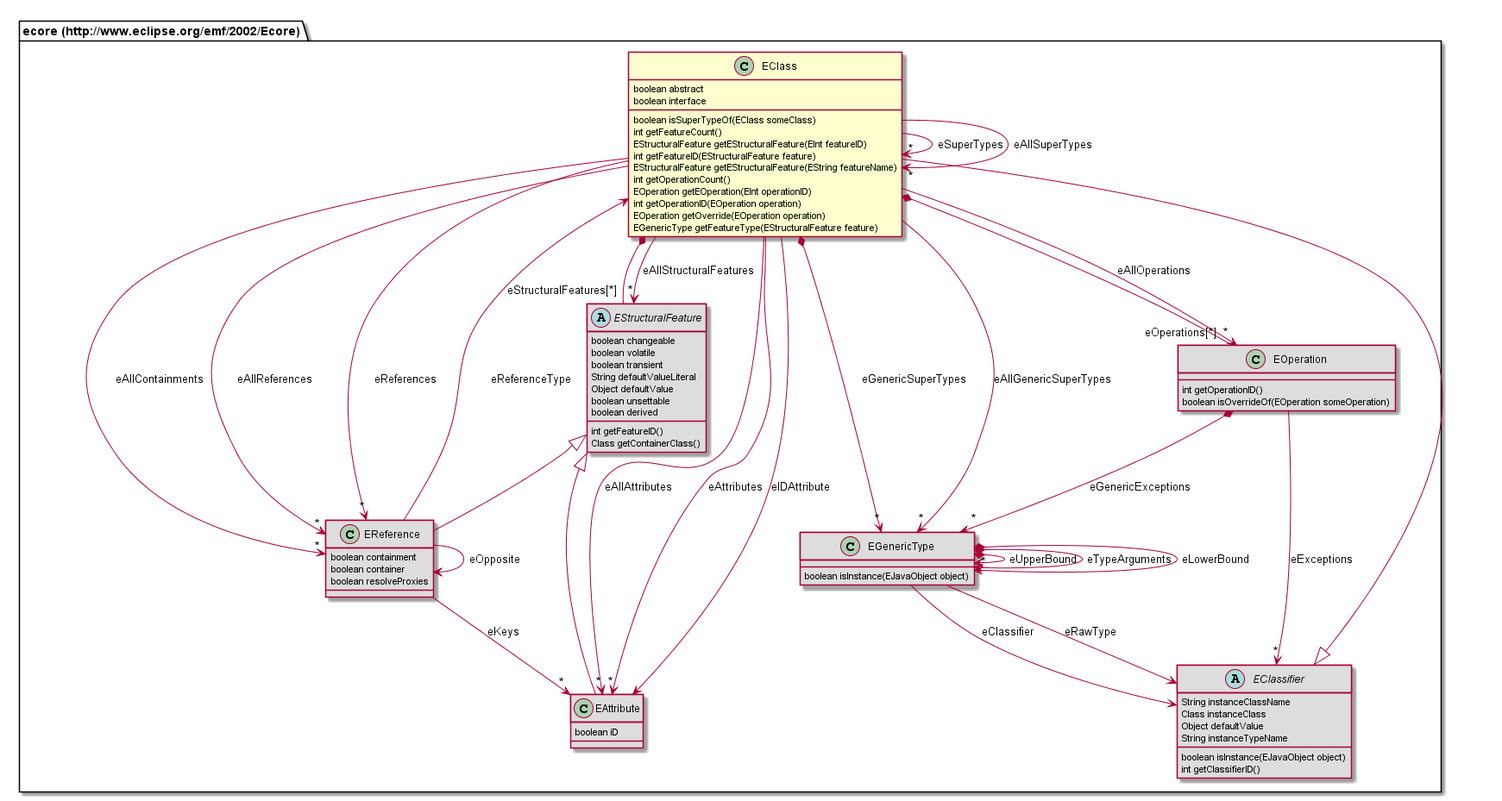
Nasdanika/html keeps this PlantUML diagram as org.nasdanika.html.repository/src/site/resources/app-model-doc/687474703a2f2f7777772e65636c697073652e6f72672f656d662f323030322f45636f7265/EClass.png. Above is the earlier version.
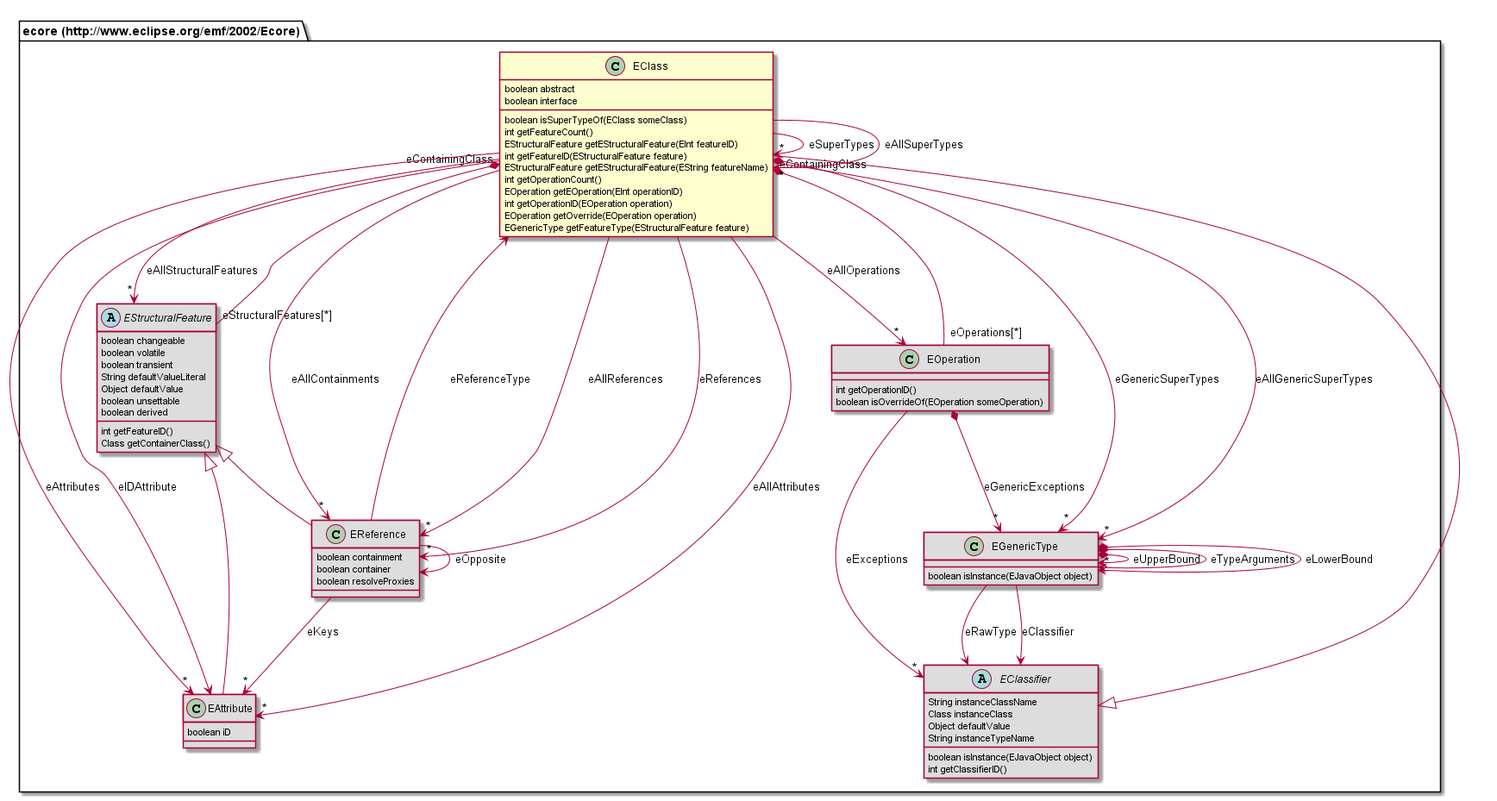
After the change.

The edit, as a diff of the source:
```diff
@@ -13,17 +13,21 @@
 	EOperation getOverride(EOperation operation)
 	EGenericType getFeatureType(EStructuralFeature feature)
 }
+abstract class "ecore (http://www.eclipse.org/emf/2002/Ecore).EClassifier" [[#router/doc-content/687474703a2f2f7777772e65636c697073652e6f72672f656d662f323030322f45636f7265/EClassifier.html]] #DDDDDD {
+	String instanceClassName
+	Class instanceClass
+	Object defaultValue
+	String instanceTypeName
+	boolean isInstance(EJavaObject object)
+	int getClassifierID()
+}
 class "ecore (http://www.eclipse.org/emf/2002/Ecore).EReference" [[#router/doc-content/687474703a2f2f7777772e65636c697073652e6f72672f656d662f323030322f45636f7265/EReference.html]] #DDDDDD {
 	boolean containment
 	boolean container
 	boolean resolveProxies
 }
-class "ecore (http://www.eclipse.org/emf/2002/Ecore).EAttribute" [[#router/doc-content/687474703a2f2f7777772e65636c697073652e6f72672f656d662f323030322f45636f7265/EAttribute.html]] #DDDDDD {
-	boolean iD
-}
-class "ecore (http://www.eclipse.org/emf/2002/Ecore).EOperation" [[#router/doc-content/687474703a2f2f7777772e65636c697073652e6f72672f656d662f323030322f45636f7265/EOperation.html]] #DDDDDD {
-	int getOperationID()
-	boolean isOverrideOf(EOperation someOperation)
+class "ecore (http://www.eclipse.org/emf/2002/Ecore).EGenericType" [[#router/doc-content/687474703a2f2f7777772e65636c697073652e6f72672f656d662f323030322f45636f7265/EGenericType.html]] #DDDDDD {
+	boolean isInstance(EJavaObject object)
 }
 abstract class "ecore (http://www.eclipse.org/emf/2002/Ecore).EStructuralFeature" [[#router/doc-content/687474703a2f2f7777772e65636c697073652e6f72672f656d662f323030322f45636f7265/EStructuralFeature.html]] #DDDDDD {
 	boolean changeable
@@ -36,22 +40,29 @@
 	int getFeatureID()
 	Class getContainerClass()
 }
-abstract class "ecore (http://www.eclipse.org/emf/2002/Ecore).EClassifier" [[#router/doc-content/687474703a2f2f7777772e65636c697073652e6f72672f656d662f323030322f45636f7265/EClassifier.html]] #DDDDDD {
-	String instanceClassName
-	Class instanceClass
-	Object defaultValue
-	String instanceTypeName
-	boolean isInstance(EJavaObject object)
-	int getClassifierID()
+class "ecore (http://www.eclipse.org/emf/2002/Ecore).EOperation" [[#router/doc-content/687474703a2f2f7777772e65636c697073652e6f72672f656d662f323030322f45636f7265/EOperation.html]] #DDDDDD {
+	int getOperationID()
+	boolean isOverrideOf(EOperation someOperation)
 }
-class "ecore (http://www.eclipse.org/emf/2002/Ecore).EGenericType" [[#router/doc-content/687474703a2f2f7777772e65636c697073652e6f72672f656d662f323030322f45636f7265/EGenericType.html]] #DDDDDD {
-	boolean isInstance(EJavaObject object)
+class "ecore (http://www.eclipse.org/emf/2002/Ecore).EAttribute" [[#router/doc-content/687474703a2f2f7777772e65636c697073652e6f72672f656d662f323030322f45636f7265/EAttribute.html]] #DDDDDD {
+	boolean iD
 }
+"ecore (http://www.eclipse.org/emf/2002/Ecore).EStructuralFeature" <|-- "ecore (http://www.eclipse.org/emf/2002/Ecore).EReference"
 "ecore (http://www.eclipse.org/emf/2002/Ecore).EClassifier" <|-- "ecore (http://www.eclipse.org/emf/2002/Ecore).EClass"
-"ecore (http://www.eclipse.org/emf/2002/Ecore).EStructuralFeature" <|-- "ecore (http://www.eclipse.org/emf/2002/Ecore).EReference"
 "ecore (http://www.eclipse.org/emf/2002/Ecore).EStructuralFeature" <|-- "ecore (http://www.eclipse.org/emf/2002/Ecore).EAttribute"
+"ecore (http://www.eclipse.org/emf/2002/Ecore).EReference" --> "ecore (http://www.eclipse.org/emf/2002/Ecore).EReference" : eOpposite
+"ecore (http://www.eclipse.org/emf/2002/Ecore).EReference" --> "ecore (http://www.eclipse.org/emf/2002/Ecore).EClass" : eReferenceType
+"ecore (http://www.eclipse.org/emf/2002/Ecore).EReference" --> "*" "ecore (http://www.eclipse.org/emf/2002/Ecore).EAttribute" : eKeys
+"ecore (http://www.eclipse.org/emf/2002/Ecore).EGenericType" *--> "ecore (http://www.eclipse.org/emf/2002/Ecore).EGenericType" : eUpperBound
+"ecore (http://www.eclipse.org/emf/2002/Ecore).EGenericType" *--> "*" "ecore (http://www.eclipse.org/emf/2002/Ecore).EGenericType" : eTypeArguments
+"ecore (http://www.eclipse.org/emf/2002/Ecore).EGenericType" --> "ecore (http://www.eclipse.org/emf/2002/Ecore).EClassifier" : eRawType
+"ecore (http://www.eclipse.org/emf/2002/Ecore).EGenericType" *--> "ecore (http://www.eclipse.org/emf/2002/Ecore).EGenericType" : eLowerBound
+"ecore (http://www.eclipse.org/emf/2002/Ecore).EGenericType" --> "ecore (http://www.eclipse.org/emf/2002/Ecore).EClassifier" : eClassifier
+"ecore (http://www.eclipse.org/emf/2002/Ecore).EStructuralFeature" "eStructuralFeatures[*]" --* "eContainingClass" "ecore (http://www.eclipse.org/emf/2002/Ecore).EClass"
+"ecore (http://www.eclipse.org/emf/2002/Ecore).EOperation" "eOperations[*]" --* "eContainingClass" "ecore (http://www.eclipse.org/emf/2002/Ecore).EClass"
+"ecore (http://www.eclipse.org/emf/2002/Ecore).EOperation" --> "*" "ecore (http://www.eclipse.org/emf/2002/Ecore).EClassifier" : eExceptions
+"ecore (http://www.eclipse.org/emf/2002/Ecore).EOperation" *--> "*" "ecore (http://www.eclipse.org/emf/2002/Ecore).EGenericType" : eGenericExceptions
 "ecore (http://www.eclipse.org/emf/2002/Ecore).EClass" --> "*" "ecore (http://www.eclipse.org/emf/2002/Ecore).EClass" : eSuperTypes
-"ecore (http://www.eclipse.org/emf/2002/Ecore).EClass" *-- "eOperations[*]" "ecore (http://www.eclipse.org/emf/2002/Ecore).EOperation"
 "ecore (http://www.eclipse.org/emf/2002/Ecore).EClass" --> "*" "ecore (http://www.eclipse.org/emf/2002/Ecore).EAttribute" : eAllAttributes
 "ecore (http://www.eclipse.org/emf/2002/Ecore).EClass" --> "*" "ecore (http://www.eclipse.org/emf/2002/Ecore).EReference" : eAllReferences
 "ecore (http://www.eclipse.org/emf/2002/Ecore).EClass" --> "*" "ecore (http://www.eclipse.org/emf/2002/Ecore).EReference" : eReferences
@@ -61,17 +72,6 @@
 "ecore (http://www.eclipse.org/emf/2002/Ecore).EClass" --> "*" "ecore (http://www.eclipse.org/emf/2002/Ecore).EStructuralFeature" : eAllStructuralFeatures
 "ecore (http://www.eclipse.org/emf/2002/Ecore).EClass" --> "*" "ecore (http://www.eclipse.org/emf/2002/Ecore).EClass" : eAllSuperTypes
 "ecore (http://www.eclipse.org/emf/2002/Ecore).EClass" --> "ecore (http://www.eclipse.org/emf/2002/Ecore).EAttribute" : eIDAttribute
-"ecore (http://www.eclipse.org/emf/2002/Ecore).EClass" *-- "eStructuralFeatures[*]" "ecore (http://www.eclipse.org/emf/2002/Ecore).EStructuralFeature"
 "ecore (http://www.eclipse.org/emf/2002/Ecore).EClass" *--> "*" "ecore (http://www.eclipse.org/emf/2002/Ecore).EGenericType" : eGenericSuperTypes
 "ecore (http://www.eclipse.org/emf/2002/Ecore).EClass" --> "*" "ecore (http://www.eclipse.org/emf/2002/Ecore).EGenericType" : eAllGenericSuperTypes
-"ecore (http://www.eclipse.org/emf/2002/Ecore).EReference" --> "ecore (http://www.eclipse.org/emf/2002/Ecore).EReference" : eOpposite
-"ecore (http://www.eclipse.org/emf/2002/Ecore).EReference" --> "ecore (http://www.eclipse.org/emf/2002/Ecore).EClass" : eReferenceType
-"ecore (http://www.eclipse.org/emf/2002/Ecore).EReference" --> "*" "ecore (http://www.eclipse.org/emf/2002/Ecore).EAttribute" : eKeys
-"ecore (http://www.eclipse.org/emf/2002/Ecore).EOperation" --> "*" "ecore (http://www.eclipse.org/emf/2002/Ecore).EClassifier" : eExceptions
-"ecore (http://www.eclipse.org/emf/2002/Ecore).EOperation" *--> "*" "ecore (http://www.eclipse.org/emf/2002/Ecore).EGenericType" : eGenericExceptions
-"ecore (http://www.eclipse.org/emf/2002/Ecore).EGenericType" *--> "ecore (http://www.eclipse.org/emf/2002/Ecore).EGenericType" : eUpperBound
-"ecore (http://www.eclipse.org/emf/2002/Ecore).EGenericType" *--> "*" "ecore (http://www.eclipse.org/emf/2002/Ecore).EGenericType" : eTypeArguments
-"ecore (http://www.eclipse.org/emf/2002/Ecore).EGenericType" --> "ecore (http://www.eclipse.org/emf/2002/Ecore).EClassifier" : eRawType
-"ecore (http://www.eclipse.org/emf/2002/Ecore).EGenericType" *--> "ecore (http://www.eclipse.org/emf/2002/Ecore).EGenericType" : eLowerBound
-"ecore (http://www.eclipse.org/emf/2002/Ecore).EGenericType" --> "ecore (http://www.eclipse.org/emf/2002/Ecore).EClassifier" : eClassifier
 @enduml
```
